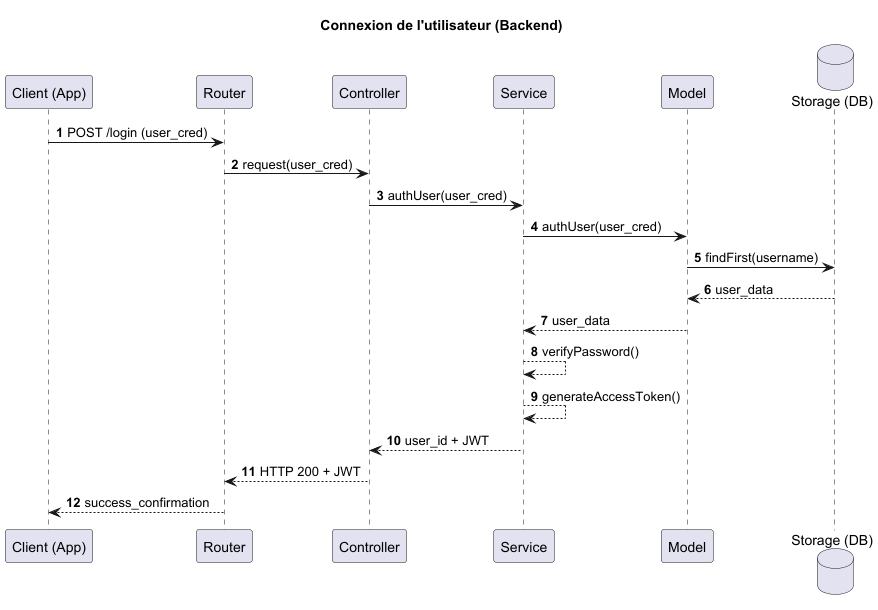
TPI2026-NewsGenerator/NewsGenerator-Backend keeps this PlantUML diagram as docs/UML/login-sequence-diagram-Connexion_de_l_utilisateur__Backend_.png. Above is the earlier version.
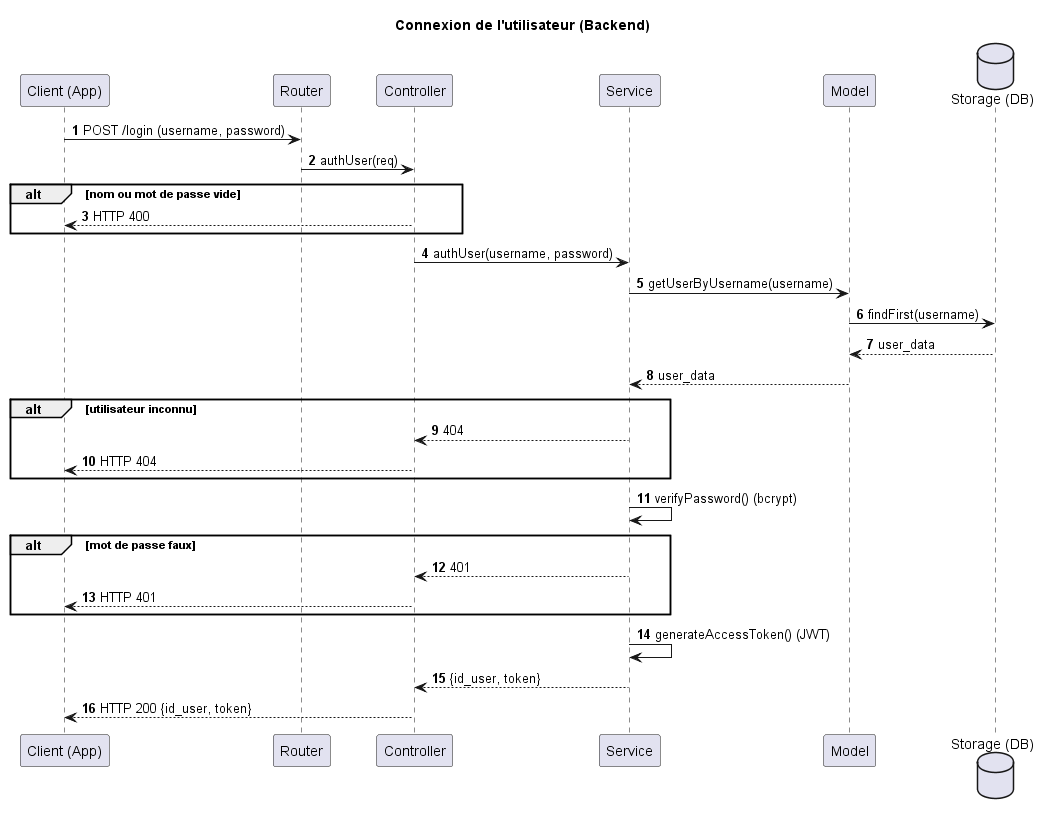
Later version of the same file.

Change to the diagram source:
```diff
@@ -9,18 +9,27 @@
 participant "Model" as Model
 database "Storage (DB)" as Storage
 
-Client -> Router : POST /login (user_cred)
-Router -> Controller : request(user_cred)
-Controller -> Service : authUser(user_cred)
-Service -> Model : authUser(user_cred)
+Client -> Router : POST /login (username, password)
+Router -> Controller : authUser(req)
+alt nom ou mot de passe vide
+    Controller --> Client : HTTP 400
+end
+Controller -> Service : authUser(username, password)
+Service -> Model : getUserByUsername(username)
 Model -> Storage : findFirst(username)
 Storage --> Model : user_data
 Model --> Service : user_data
-Service --> Service : verifyPassword()
-Service --> Service : generateAccessToken()
-Service --> Controller : user_id + JWT
-Controller --> Router : HTTP 200 + JWT
-Router --> Client : success_confirmation
-
+alt utilisateur inconnu
+    Service --> Controller : 404
+    Controller --> Client : HTTP 404
+end
+Service -> Service : verifyPassword() (bcrypt)
+alt mot de passe faux
+    Service --> Controller : 401
+    Controller --> Client : HTTP 401
+end
+Service -> Service : generateAccessToken() (JWT)
+Service --> Controller : {id_user, token}
+Controller --> Client : HTTP 200 {id_user, token}
 
 @enduml
```
